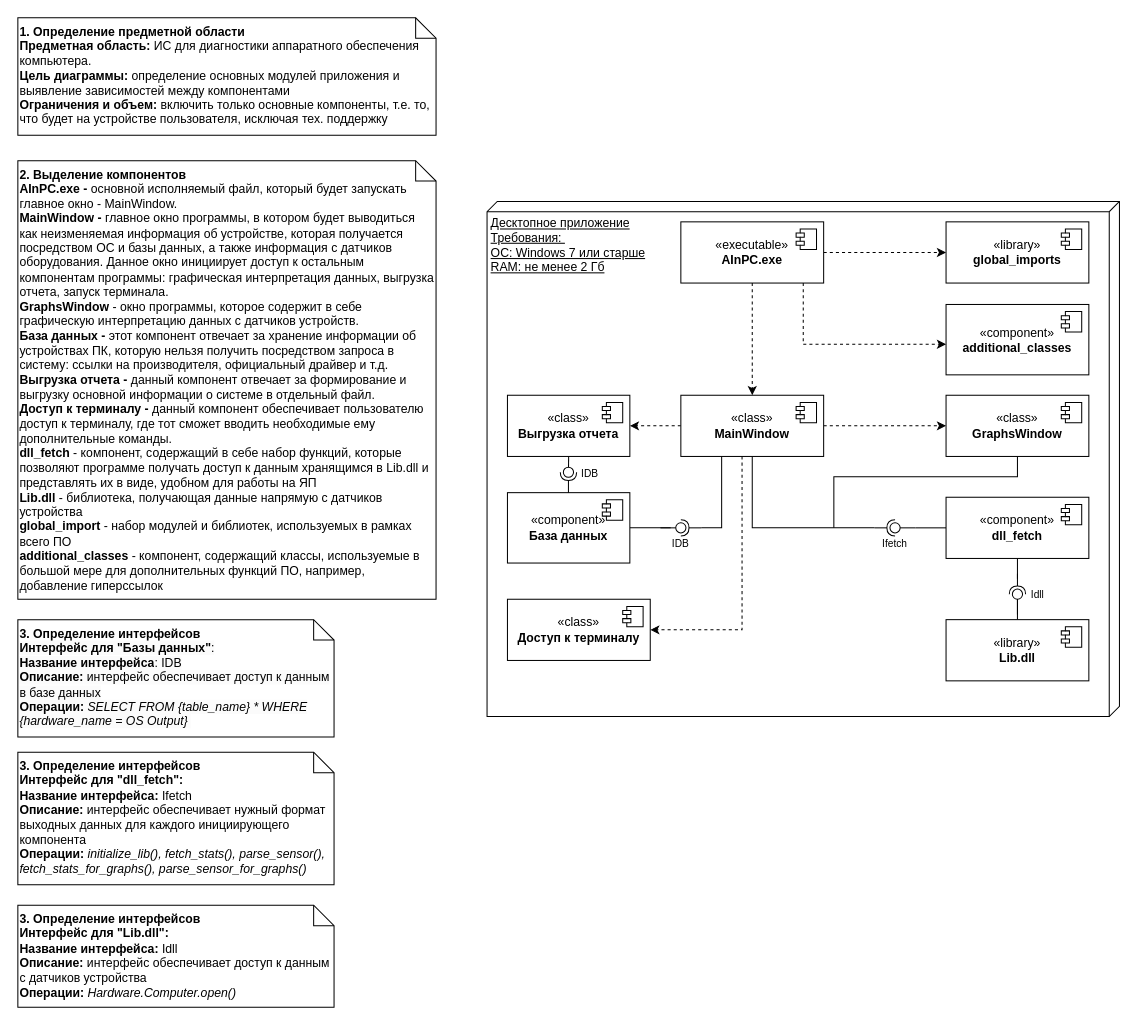
Before: Исходники/Диаграмма компонентов.drawio in Alekcey264/DiplomaVerevkin, a draw.io diagram. Source tidied: cells renumbered, new cells numbered last; positions are measured from the earlier drawing's top-left corner, leaving out a move shared by most shapes. Both pictures are drawn from the tidied source at 102%, with x=0, y=0 at pixel (17, 17).
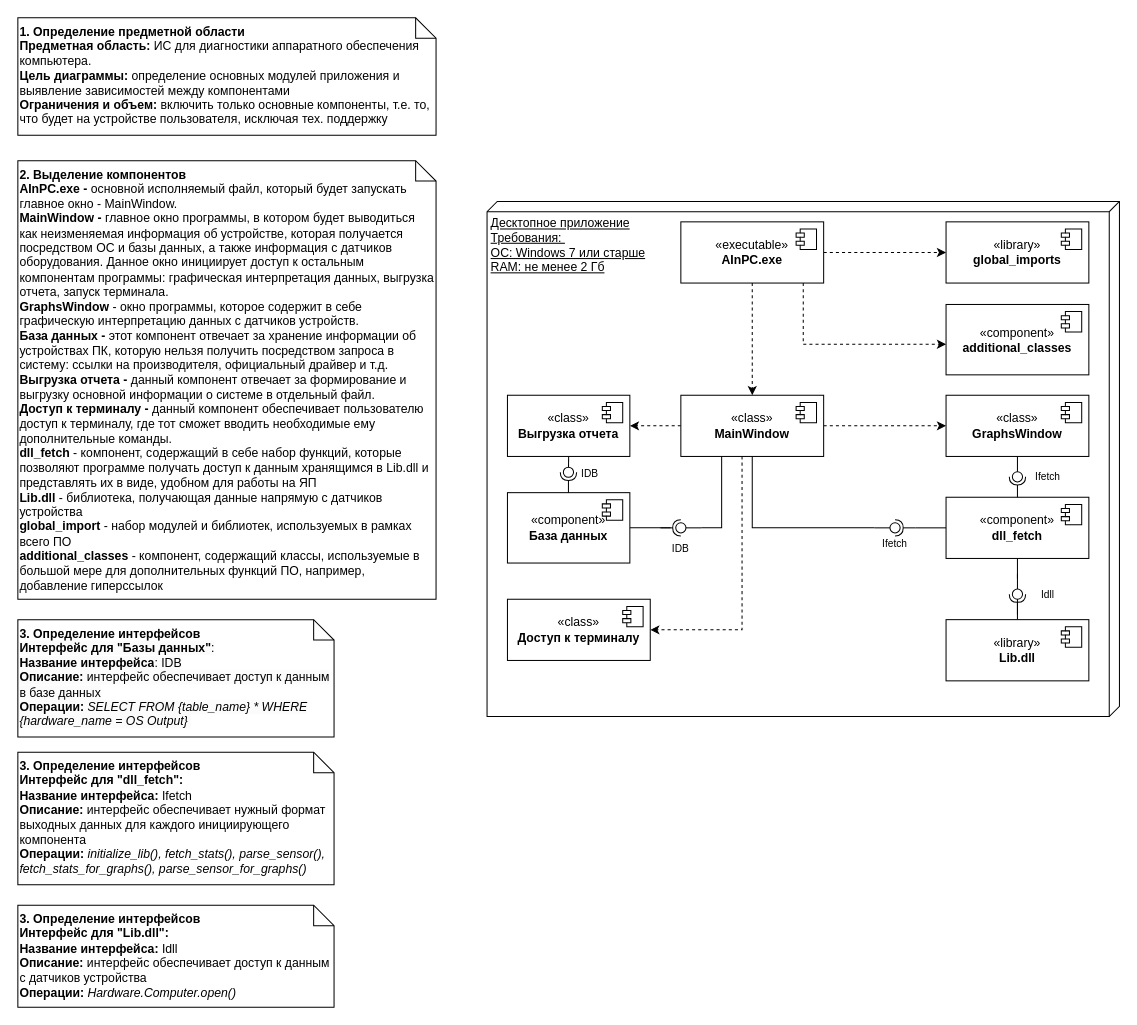
After the change.

The change refers to these unchanged cells:
```xml
<mxCell id="19" value="«class»&lt;br&gt;&lt;b&gt;GraphsWindow&lt;/b&gt;" style="html=1;whiteSpace=wrap;" parent="1" vertex="1">
  <mxGeometry x="910" y="370" width="140" height="60" as="geometry" />
</mxCell>
```

Change to the diagram source:
```diff
@@
-    <mxCell id="18" style="edgeStyle=orthogonalEdgeStyle;rounded=0;jettySize=auto;html=1;endArrow=none;endFill=0;" parent="1" edge="1" source="19">
-      <mxGeometry relative="1" as="geometry">
-        <mxPoint x="800" y="500" as="targetPoint" />
-        <Array as="points">
-          <mxPoint x="980" y="450" />
-          <mxPoint x="800" y="450" />
-        </Array>
-      </mxGeometry>
-    </mxCell>
@@
-    <mxCell id="32" style="group;direction=west;rotation=-90;" parent="1" vertex="1">
+    <mxCell id="32" style="group;direction=west;rotation=90;" parent="1" vertex="1">
       <mxGeometry x="960" y="560" width="40" height="10" as="geometry" />
     </mxCell>
     <mxCell id="33" style="rounded=0;jettySize=auto;html=1;endArrow=halfCircle;endFill=0;endSize=6;strokeWidth=1;sketch=0;" parent="32" edge="1" target="35">
       <mxGeometry relative="1" as="geometry">
-        <mxPoint x="20" y="-15" as="sourcePoint" />
+        <mxPoint x="20" y="25" as="sourcePoint" />
       </mxGeometry>
     </mxCell>
     <mxCell id="34" style="rounded=0;jettySize=auto;html=1;endArrow=oval;endFill=0;sketch=0;sourcePerimeterSpacing=0;targetPerimeterSpacing=0;endSize=10;" parent="32" edge="1" target="35">
       <mxGeometry relative="1" as="geometry">
-        <mxPoint x="20" y="25" as="sourcePoint" />
+        <mxPoint x="20" y="-15" as="sourcePoint" />
       </mxGeometry>
     </mxCell>
-    <mxCell id="35" style="ellipse;whiteSpace=wrap;html=1;align=center;fillColor=none;strokeColor=none;perimeter=centerPerimeter;points=[];outlineConnect=1;rotation=-90;" parent="32" vertex="1">
+    <mxCell id="35" style="ellipse;whiteSpace=wrap;html=1;align=center;fillColor=none;strokeColor=none;perimeter=centerPerimeter;points=[];outlineConnect=1;rotation=90;" parent="32" vertex="1">
       <mxGeometry x="15" width="10" height="10" as="geometry" />
     </mxCell>
@@
-    <mxCell id="38" style="group;direction=west;rotation=-180;" parent="1" vertex="1">
+    <mxCell id="38" style="group;direction=west;rotation=0;" parent="1" vertex="1">
       <mxGeometry x="840" y="495" width="40" height="10" as="geometry" />
     </mxCell>
     <mxCell id="39" style="rounded=0;jettySize=auto;html=1;endArrow=halfCircle;endFill=0;endSize=6;strokeWidth=1;sketch=0;" parent="38" edge="1" target="41">
       <mxGeometry relative="1" as="geometry">
-        <mxPoint y="5" as="sourcePoint" />
+        <mxPoint x="40" y="5" as="sourcePoint" />
       </mxGeometry>
     </mxCell>
     <mxCell id="40" style="rounded=0;jettySize=auto;html=1;endArrow=oval;endFill=0;sketch=0;sourcePerimeterSpacing=0;targetPerimeterSpacing=0;endSize=10;" parent="38" edge="1" target="41">
       <mxGeometry relative="1" as="geometry">
-        <mxPoint x="40" y="5" as="sourcePoint" />
+        <mxPoint y="5" as="sourcePoint" />
       </mxGeometry>
     </mxCell>
-    <mxCell id="41" style="ellipse;whiteSpace=wrap;html=1;align=center;fillColor=none;strokeColor=none;perimeter=centerPerimeter;points=[];outlineConnect=1;rotation=-180;" parent="38" vertex="1">
+    <mxCell id="41" style="ellipse;whiteSpace=wrap;html=1;align=center;fillColor=none;strokeColor=none;perimeter=centerPerimeter;points=[];outlineConnect=1;rotation=0;" parent="38" vertex="1">
       <mxGeometry x="15" width="10" height="10" as="geometry" />
     </mxCell>
     <mxCell id="42" value="&lt;font style=&quot;font-size: 10px;&quot;&gt;Idll&lt;/font&gt;" style="text;html=1;strokeColor=none;fillColor=none;align=center;verticalAlign=middle;whiteSpace=wrap;rounded=0;" parent="1" vertex="1">
-      <mxGeometry x="970" y="550" width="60" height="30" as="geometry" />
+      <mxGeometry x="980" y="550" width="60" height="30" as="geometry" />
     </mxCell>
@@
-    <mxCell id="46" style="group;direction=west;rotation=0;" parent="1" vertex="1">
-      <mxGeometry x="630" y="495" width="40" height="10" as="geometry" />
+    <mxCell id="46" style="group;direction=west;rotation=-90;" parent="1" vertex="1">
+      <mxGeometry x="630" y="495" width="50" height="40" as="geometry" />
     </mxCell>
     <mxCell id="47" style="rounded=0;jettySize=auto;html=1;endArrow=halfCircle;endFill=0;endSize=6;strokeWidth=1;sketch=0;" parent="46" edge="1" target="49">
       <mxGeometry relative="1" as="geometry">
-        <mxPoint x="40" y="5" as="sourcePoint" />
+        <mxPoint y="5" as="sourcePoint" />
       </mxGeometry>
     </mxCell>
     <mxCell id="48" style="rounded=0;jettySize=auto;html=1;endArrow=oval;endFill=0;sketch=0;sourcePerimeterSpacing=0;targetPerimeterSpacing=0;endSize=10;" parent="46" edge="1" target="49">
       <mxGeometry relative="1" as="geometry">
-        <mxPoint y="5" as="sourcePoint" />
+        <mxPoint x="40" y="5" as="sourcePoint" />
       </mxGeometry>
     </mxCell>
-    <mxCell id="49" style="ellipse;whiteSpace=wrap;html=1;align=center;fillColor=none;strokeColor=none;perimeter=centerPerimeter;points=[];outlineConnect=1;rotation=0;" parent="46" vertex="1">
+    <mxCell id="49" style="ellipse;whiteSpace=wrap;html=1;align=center;fillColor=none;strokeColor=none;perimeter=centerPerimeter;points=[];outlineConnect=1;rotation=-180;" parent="46" vertex="1">
       <mxGeometry x="15" width="10" height="10" as="geometry" />
     </mxCell>
-    <mxCell id="50" value="&lt;span style=&quot;font-size: 10px;&quot;&gt;IDB&lt;/span&gt;" style="text;html=1;strokeColor=none;fillColor=none;align=center;verticalAlign=middle;whiteSpace=wrap;rounded=0;" parent="1" vertex="1">
-      <mxGeometry x="620" y="500" width="60" height="30" as="geometry" />
+    <mxCell id="50" value="&lt;span style=&quot;font-size: 10px;&quot;&gt;IDB&lt;/span&gt;" style="text;html=1;strokeColor=none;fillColor=none;align=center;verticalAlign=middle;whiteSpace=wrap;rounded=0;" parent="46" vertex="1">
+      <mxGeometry x="-10" y="10" width="60" height="30" as="geometry" />
     </mxCell>
@@
+    <mxCell id="61" style="group;direction=west;rotation=90;" parent="1" vertex="1">
+      <mxGeometry x="960" y="445" width="40" height="10" as="geometry" />
+    </mxCell>
+    <mxCell id="62" style="rounded=0;jettySize=auto;html=1;endArrow=halfCircle;endFill=0;endSize=6;strokeWidth=1;sketch=0;" parent="61" edge="1" target="64">
+      <mxGeometry relative="1" as="geometry">
+        <mxPoint x="20" y="25" as="sourcePoint" />
+      </mxGeometry>
+    </mxCell>
+    <mxCell id="63" style="rounded=0;jettySize=auto;html=1;endArrow=oval;endFill=0;sketch=0;sourcePerimeterSpacing=0;targetPerimeterSpacing=0;endSize=10;" parent="61" edge="1" target="64">
+      <mxGeometry relative="1" as="geometry">
+        <mxPoint x="20" y="-15" as="sourcePoint" />
+      </mxGeometry>
+    </mxCell>
+    <mxCell id="64" style="ellipse;whiteSpace=wrap;html=1;align=center;fillColor=none;strokeColor=none;perimeter=centerPerimeter;points=[];outlineConnect=1;rotation=90;" parent="61" vertex="1">
+      <mxGeometry x="15" width="10" height="10" as="geometry" />
+    </mxCell>
+    <mxCell id="65" value="&lt;font style=&quot;font-size: 10px;&quot;&gt;Ifetch&lt;/font&gt;" style="text;html=1;strokeColor=none;fillColor=none;align=center;verticalAlign=middle;whiteSpace=wrap;rounded=0;" parent="1" vertex="1">
+      <mxGeometry x="980" y="435" width="60" height="30" as="geometry" />
+    </mxCell>
```
